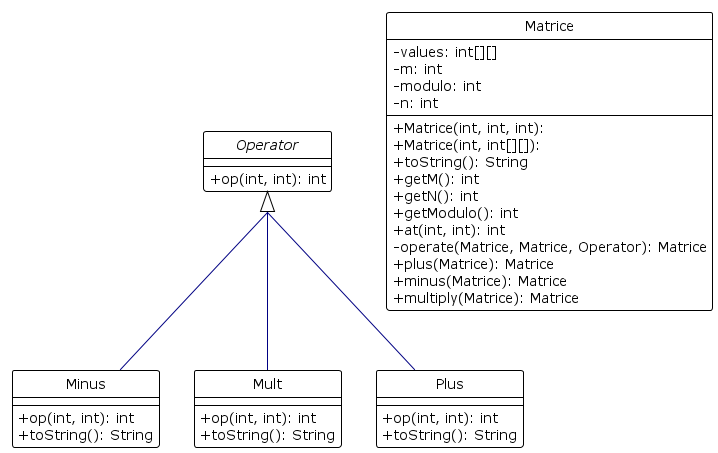
The PlantUML diagram UML/diagram_UML.png in GuggisbergSimon/POO-Labo5, before a commit.
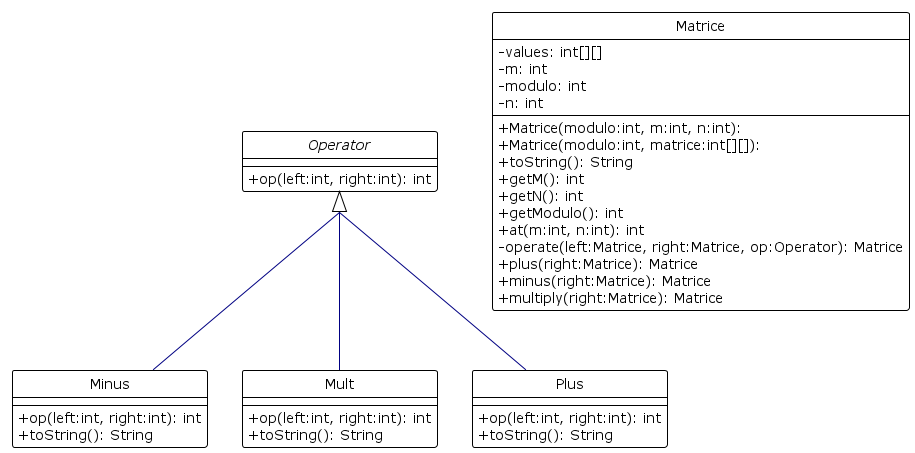
Later version of the same file.

Commit message:
fixed UML to match the assistant's expectancies

The edit, as a diff of the source:
```diff
@@ -8,23 +8,23 @@
 skinparam groupInheritance 2
 
 class Minus {
-  + op(int, int): int
+  + op(left:int, right:int): int
   + toString(): String
 }
 class Mult {
-  + op(int, int): int
+  + op(left:int, right:int): int
   + toString(): String
 }
 class Plus {
-  + op(int, int): int
+  + op(left:int, right:int): int
   + toString(): String
 }
 abstract class Operator {
-  + op(int, int): int
+  + op(left:int, right:int): int
 }
 class Matrice {
-  + Matrice(int, int, int):
-  + Matrice(int, int[][]):
+  + Matrice(modulo:int, m:int, n:int):
+  + Matrice(modulo:int, matrice:int[][]):
   - values: int[][]
   - m: int
   - modulo: int
@@ -33,11 +33,11 @@
   + getM(): int
   + getN(): int
   + getModulo(): int
-  + at(int, int): int
-  - operate(Matrice, Matrice, Operator): Matrice
-  + plus(Matrice): Matrice
-  + minus(Matrice): Matrice
-  + multiply(Matrice): Matrice
+  + at(m:int, n:int): int
+  - operate(left:Matrice, right:Matrice, op:Operator): Matrice
+  + plus(right:Matrice): Matrice
+  + minus(right:Matrice): Matrice
+  + multiply(right:Matrice): Matrice
 }
 
 Operator     <|-[#000082,plain]-  Plus
```
